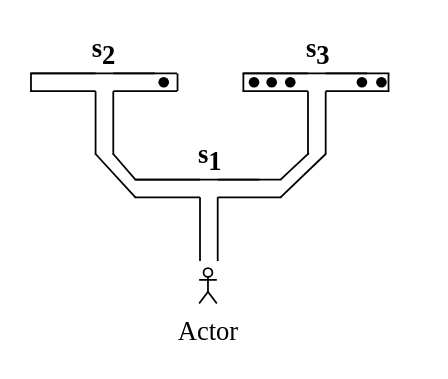
Above: maze.drawio in felixstillger/draw_io (draw.io), before the change. Source tidied: cells renumbered, new cells numbered last; positions are measured from the earlier drawing's top-left corner, leaving out a move shared by most shapes. Both pictures are drawn from the tidied source at 177%, with x=0, y=0 at pixel (30, 37).
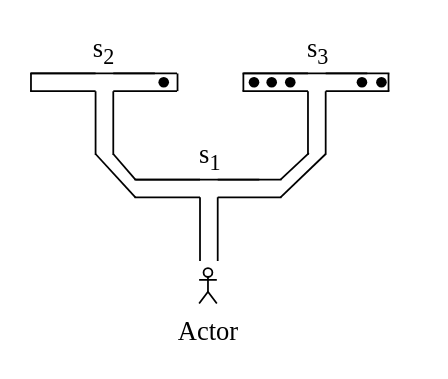
Above is the later version.

Diff of the diagram source:
```diff
@@
-    <mxCell id="19" value="s&lt;sub style=&quot;font-size: 15px;&quot;&gt;2&lt;/sub&gt;" style="text;strokeColor=none;fillColor=none;html=1;fontSize=15;fontStyle=1;verticalAlign=middle;align=center;fontFamily=Times New Roman;" parent="1" vertex="1">
+    <mxCell id="19" value="s&lt;sub&gt;2&lt;/sub&gt;" style="text;strokeColor=none;fillColor=none;html=1;fontSize=15;fontStyle=0;verticalAlign=middle;align=center;fontFamily=Times New Roman;" parent="1" vertex="1">
       <mxGeometry x="36" width="10" height="13" as="geometry" />
     </mxCell>
-    <mxCell id="20" value="&lt;span style=&quot;font-size: 15px;&quot;&gt;&lt;span style=&quot;font-size: 15px;&quot;&gt;s&lt;sub style=&quot;font-size: 15px;&quot;&gt;1&lt;/sub&gt;&lt;br style=&quot;font-size: 15px;&quot;&gt;&lt;/span&gt;&lt;/span&gt;" style="text;strokeColor=none;fillColor=none;html=1;fontSize=15;fontStyle=1;verticalAlign=middle;align=center;fontFamily=Times New Roman;" parent="1" vertex="1">
+    <mxCell id="20" value="&lt;span style=&quot;font-size: 15px;&quot;&gt;&lt;span style=&quot;font-size: 15px;&quot;&gt;s&lt;sub&gt;1&lt;/sub&gt;&lt;br style=&quot;font-size: 15px;&quot;&gt;&lt;/span&gt;&lt;/span&gt;" style="text;strokeColor=none;fillColor=none;html=1;fontSize=15;fontStyle=0;verticalAlign=middle;align=center;fontFamily=Times New Roman;" parent="1" vertex="1">
       <mxGeometry x="95.5" y="60" width="10" height="13" as="geometry" />
     </mxCell>
-    <mxCell id="21" value="&lt;span style=&quot;font-size: 15px;&quot;&gt;&lt;span style=&quot;font-size: 15px;&quot;&gt;s&lt;sub style=&quot;font-size: 15px;&quot;&gt;3&lt;/sub&gt;&lt;br style=&quot;font-size: 15px;&quot;&gt;&lt;/span&gt;&lt;/span&gt;" style="text;strokeColor=none;fillColor=none;html=1;fontSize=15;fontStyle=1;verticalAlign=middle;align=center;fontFamily=Times New Roman;" parent="1" vertex="1">
+    <mxCell id="21" value="&lt;span style=&quot;font-size: 15px;&quot;&gt;&lt;span style=&quot;font-size: 15px;&quot;&gt;s&lt;sub&gt;3&lt;/sub&gt;&lt;br style=&quot;font-size: 15px;&quot;&gt;&lt;/span&gt;&lt;/span&gt;" style="text;strokeColor=none;fillColor=none;html=1;fontSize=15;fontStyle=0;verticalAlign=middle;align=center;fontFamily=Times New Roman;" parent="1" vertex="1">
       <mxGeometry x="156.5" width="10" height="13" as="geometry" />
     </mxCell>
```
